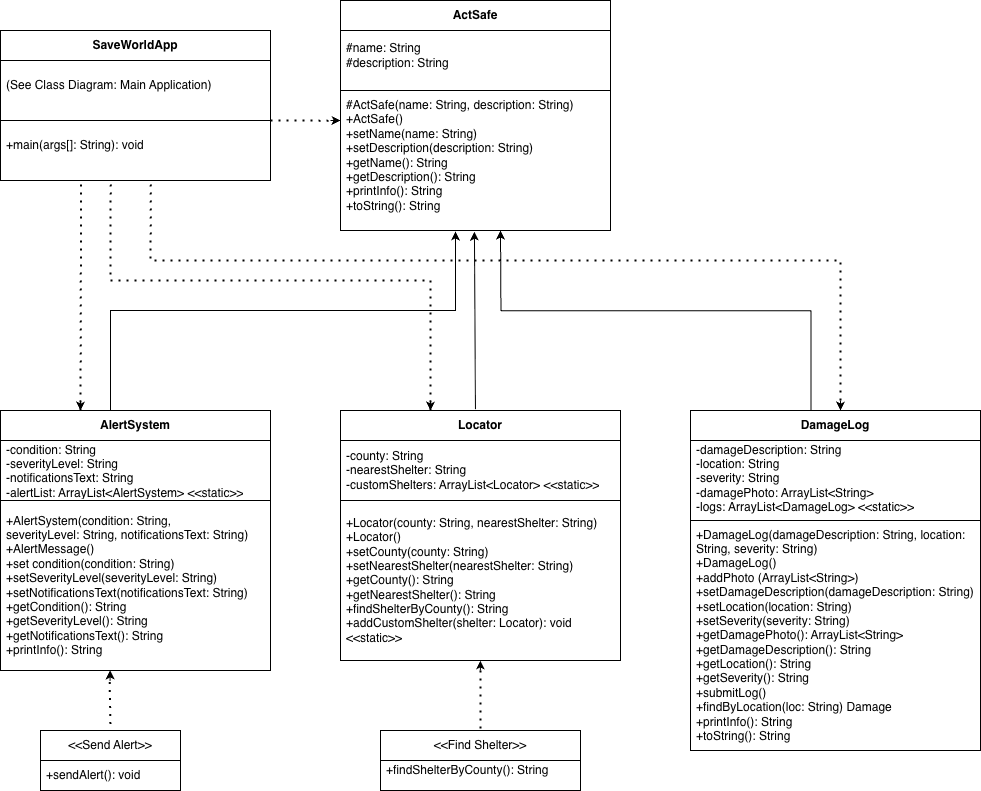
Earlier version of the draw.io export ActSafe.png (Namuun612/OOP2025). Source tidied: cells renumbered, new cells last; positions are measured from the earlier drawing's top-left corner, leaving out a move shared by most shapes.
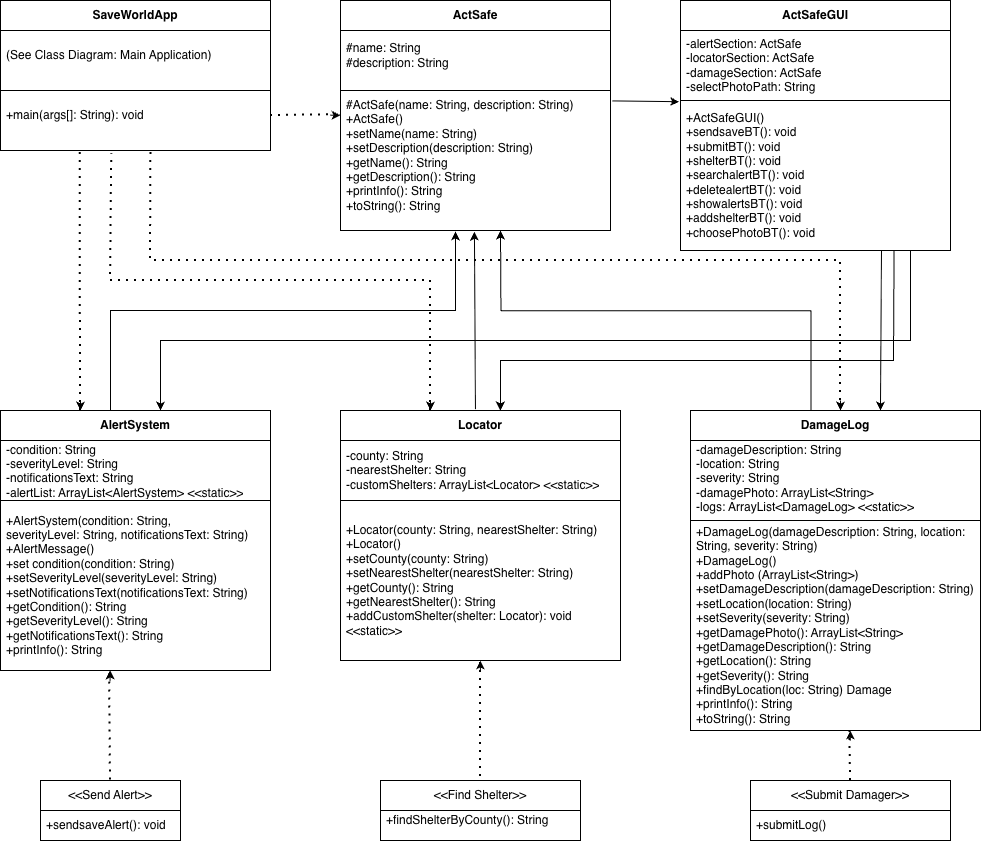
Later version of the same file.

What changed in the source:
```diff
@@ -32,20 +32,20 @@
     <mxCell id="11" value="&lt;div&gt;-county: String&lt;br&gt;&lt;div&gt;-nearestShelter: String&lt;/div&gt;&lt;/div&gt;&lt;div&gt;-customShelters: ArrayList&amp;lt;Locator&amp;gt; &amp;lt;&amp;lt;static&amp;gt;&amp;gt;&lt;/div&gt;" style="text;strokeColor=none;fillColor=none;align=left;verticalAlign=middle;spacingLeft=4;spacingRight=4;overflow=hidden;whiteSpace=wrap;html=1;" parent="10" vertex="1">
       <mxGeometry y="30" width="280" height="60" as="geometry" />
     </mxCell>
-    <mxCell id="12" value="&lt;div&gt;+Locator(&lt;span style=&quot;background-color: transparent; color: light-dark(rgb(0, 0, 0), rgb(255, 255, 255));&quot;&gt;county: String, nearestShelter: String&lt;/span&gt;&lt;span style=&quot;background-color: transparent; color: light-dark(rgb(0, 0, 0), rgb(255, 255, 255));&quot;&gt;)&lt;/span&gt;&lt;/div&gt;&lt;div&gt;+Locator()&lt;/div&gt;&lt;div&gt;+setCounty(county: String&lt;span style=&quot;background-color: transparent; color: light-dark(rgb(0, 0, 0), rgb(255, 255, 255));&quot;&gt;)&lt;/span&gt;&lt;/div&gt;&lt;div&gt;+setNearestShelter(nearestShelter:&amp;nbsp;&lt;span style=&quot;background-color: transparent; color: light-dark(rgb(0, 0, 0), rgb(255, 255, 255));&quot;&gt;String&lt;/span&gt;&lt;span style=&quot;background-color: transparent; color: light-dark(rgb(0, 0, 0), rgb(255, 255, 255));&quot;&gt;)&lt;/span&gt;&lt;/div&gt;&lt;div&gt;+getCounty(): String&lt;/div&gt;&lt;div&gt;+getNearestShelter(): String&lt;/div&gt;&lt;div&gt;+findShelterByCounty(): String&lt;/div&gt;&lt;div&gt;+addCustomShelter(shelter: Locator): void &amp;lt;&amp;lt;static&amp;gt;&amp;gt;&lt;/div&gt;" style="text;strokeColor=none;fillColor=none;align=left;verticalAlign=middle;spacingLeft=4;spacingRight=4;overflow=hidden;whiteSpace=wrap;html=1;" parent="10" vertex="1">
+    <mxCell id="12" value="&lt;div&gt;+Locator(&lt;span style=&quot;background-color: transparent; color: light-dark(rgb(0, 0, 0), rgb(255, 255, 255));&quot;&gt;county: String, nearestShelter: String&lt;/span&gt;&lt;span style=&quot;background-color: transparent; color: light-dark(rgb(0, 0, 0), rgb(255, 255, 255));&quot;&gt;)&lt;/span&gt;&lt;/div&gt;&lt;div&gt;+Locator()&lt;/div&gt;&lt;div&gt;+setCounty(county: String&lt;span style=&quot;background-color: transparent; color: light-dark(rgb(0, 0, 0), rgb(255, 255, 255));&quot;&gt;)&lt;/span&gt;&lt;/div&gt;&lt;div&gt;+setNearestShelter(nearestShelter:&amp;nbsp;&lt;span style=&quot;background-color: transparent; color: light-dark(rgb(0, 0, 0), rgb(255, 255, 255));&quot;&gt;String&lt;/span&gt;&lt;span style=&quot;background-color: transparent; color: light-dark(rgb(0, 0, 0), rgb(255, 255, 255));&quot;&gt;)&lt;/span&gt;&lt;/div&gt;&lt;div&gt;+getCounty(): String&lt;/div&gt;&lt;div&gt;+getNearestShelter(): String&lt;/div&gt;&lt;div&gt;&lt;span style=&quot;background-color: transparent; color: light-dark(rgb(0, 0, 0), rgb(255, 255, 255));&quot;&gt;+addCustomShelter(shelter: Locator): void &amp;lt;&amp;lt;static&amp;gt;&amp;gt;&lt;/span&gt;&lt;/div&gt;" style="text;strokeColor=none;fillColor=none;align=left;verticalAlign=middle;spacingLeft=4;spacingRight=4;overflow=hidden;whiteSpace=wrap;html=1;" parent="10" vertex="1">
       <mxGeometry y="90" width="280" height="160" as="geometry" />
     </mxCell>
     <mxCell id="13" value="&lt;b&gt;Locator&lt;/b&gt;" style="swimlane;fontStyle=0;horizontal=1;startSize=30;whiteSpace=wrap;html=1;" parent="1" vertex="1">
       <mxGeometry x="340" y="410" width="280" height="90" as="geometry" />
     </mxCell>
     <mxCell id="14" value="List" style="swimlane;fontStyle=0;horizontal=1;startSize=30;whiteSpace=wrap;html=1;" parent="1" vertex="1">
-      <mxGeometry x="690" y="410" width="290" height="340" as="geometry" />
+      <mxGeometry x="690" y="410" width="290" height="320" as="geometry" />
     </mxCell>
     <mxCell id="15" value="&lt;div&gt;-damageDescription: String&lt;/div&gt;&lt;div&gt;-location: String&lt;/div&gt;&lt;div&gt;-severity: String&lt;/div&gt;&lt;div&gt;-damagePhoto: ArrayList&amp;lt;String&amp;gt;&lt;/div&gt;&lt;div&gt;-logs: ArrayList&amp;lt;DamageLog&amp;gt; &amp;lt;&amp;lt;static&amp;gt;&amp;gt;&lt;/div&gt;&lt;div&gt;&lt;br&gt;&lt;/div&gt;" style="text;strokeColor=none;fillColor=none;align=left;verticalAlign=middle;spacingLeft=4;spacingRight=4;overflow=hidden;whiteSpace=wrap;html=1;" parent="14" vertex="1">
       <mxGeometry y="30" width="290" height="80" as="geometry" />
     </mxCell>
-    <mxCell id="16" value="&lt;div&gt;+DamageLog(damageDescription: String, location: String,&amp;nbsp;&lt;span style=&quot;background-color: transparent; color: light-dark(rgb(0, 0, 0), rgb(255, 255, 255));&quot;&gt;severity: String)&lt;/span&gt;&lt;/div&gt;&lt;div&gt;+DamageLog()&lt;/div&gt;+addPhoto (ArrayList&amp;lt;String&amp;gt;)&lt;div&gt;+setDamageDescription(damageDescription:&amp;nbsp;&lt;span style=&quot;background-color: transparent; color: light-dark(rgb(0, 0, 0), rgb(255, 255, 255));&quot;&gt;String&lt;/span&gt;&lt;span style=&quot;background-color: transparent; color: light-dark(rgb(0, 0, 0), rgb(255, 255, 255));&quot;&gt;)&lt;/span&gt;&lt;/div&gt;&lt;div&gt;+setLocation(location:&amp;nbsp;&lt;span style=&quot;background-color: transparent; color: light-dark(rgb(0, 0, 0), rgb(255, 255, 255));&quot;&gt;String&lt;/span&gt;&lt;span style=&quot;background-color: transparent; color: light-dark(rgb(0, 0, 0), rgb(255, 255, 255));&quot;&gt;)&lt;/span&gt;&lt;/div&gt;&lt;div&gt;&lt;span style=&quot;background-color: transparent; color: light-dark(rgb(0, 0, 0), rgb(255, 255, 255));&quot;&gt;+setSeverity(severity: String)&lt;/span&gt;&lt;/div&gt;&lt;div&gt;+getDamagePhoto(): ArrayList&amp;lt;String&amp;gt;&lt;/div&gt;&lt;div&gt;+getDamageDescription(): String&lt;/div&gt;&lt;div&gt;+getLocation(): String&lt;/div&gt;&lt;div&gt;+getSeverity(): String&lt;/div&gt;&lt;div&gt;+submitLog()&lt;/div&gt;&lt;div&gt;+findByLocation(loc: String) Damage&lt;/div&gt;&lt;div&gt;+printInfo(): String&lt;/div&gt;&lt;div&gt;+toString(): String&lt;/div&gt;" style="text;strokeColor=none;fillColor=none;align=left;verticalAlign=middle;spacingLeft=4;spacingRight=4;overflow=hidden;whiteSpace=wrap;html=1;" parent="14" vertex="1">
-      <mxGeometry y="110" width="290" height="230" as="geometry" />
+    <mxCell id="16" value="&lt;div&gt;+DamageLog(damageDescription: String, location: String,&amp;nbsp;&lt;span style=&quot;background-color: transparent; color: light-dark(rgb(0, 0, 0), rgb(255, 255, 255));&quot;&gt;severity: String)&lt;/span&gt;&lt;/div&gt;&lt;div&gt;+DamageLog()&lt;/div&gt;+addPhoto (ArrayList&amp;lt;String&amp;gt;)&lt;div&gt;+setDamageDescription(damageDescription:&amp;nbsp;&lt;span style=&quot;background-color: transparent; color: light-dark(rgb(0, 0, 0), rgb(255, 255, 255));&quot;&gt;String&lt;/span&gt;&lt;span style=&quot;background-color: transparent; color: light-dark(rgb(0, 0, 0), rgb(255, 255, 255));&quot;&gt;)&lt;/span&gt;&lt;/div&gt;&lt;div&gt;+setLocation(location:&amp;nbsp;&lt;span style=&quot;background-color: transparent; color: light-dark(rgb(0, 0, 0), rgb(255, 255, 255));&quot;&gt;String&lt;/span&gt;&lt;span style=&quot;background-color: transparent; color: light-dark(rgb(0, 0, 0), rgb(255, 255, 255));&quot;&gt;)&lt;/span&gt;&lt;/div&gt;&lt;div&gt;&lt;span style=&quot;background-color: transparent; color: light-dark(rgb(0, 0, 0), rgb(255, 255, 255));&quot;&gt;+setSeverity(severity: String)&lt;/span&gt;&lt;/div&gt;&lt;div&gt;+getDamagePhoto(): ArrayList&amp;lt;String&amp;gt;&lt;/div&gt;&lt;div&gt;+getDamageDescription(): String&lt;/div&gt;&lt;div&gt;+getLocation(): String&lt;/div&gt;&lt;div&gt;+getSeverity(): String&lt;/div&gt;&lt;div&gt;+findByLocation(loc: String) Damage&lt;/div&gt;&lt;div&gt;+printInfo(): String&lt;/div&gt;&lt;div&gt;+toString(): String&lt;/div&gt;" style="text;strokeColor=none;fillColor=none;align=left;verticalAlign=middle;spacingLeft=4;spacingRight=4;overflow=hidden;whiteSpace=wrap;html=1;" parent="14" vertex="1">
+      <mxGeometry y="110" width="290" height="210" as="geometry" />
     </mxCell>
     <mxCell id="17" value="&lt;b&gt;DamageLog&lt;/b&gt;" style="swimlane;fontStyle=0;horizontal=1;startSize=30;whiteSpace=wrap;html=1;" parent="1" vertex="1">
       <mxGeometry x="690" y="410" width="290" height="110" as="geometry" />
@@ -74,16 +74,16 @@
       </mxGeometry>
     </mxCell>
     <mxCell id="21" value="&amp;lt;&amp;lt;Send Alert&amp;gt;&amp;gt;" style="swimlane;fontStyle=0;horizontal=1;startSize=30;whiteSpace=wrap;html=1;" parent="1" vertex="1">
-      <mxGeometry x="40" y="730" width="140" height="60" as="geometry" />
+      <mxGeometry x="40" y="780" width="140" height="60" as="geometry" />
     </mxCell>
-    <mxCell id="22" value="+sendAlert(): void" style="text;strokeColor=none;fillColor=none;align=left;verticalAlign=middle;spacingLeft=4;spacingRight=4;overflow=hidden;whiteSpace=wrap;html=1;" parent="21" vertex="1">
+    <mxCell id="22" value="+sendsaveAlert(): void" style="text;strokeColor=none;fillColor=none;align=left;verticalAlign=middle;spacingLeft=4;spacingRight=4;overflow=hidden;whiteSpace=wrap;html=1;" parent="21" vertex="1">
       <mxGeometry y="30" width="140" height="30" as="geometry" />
     </mxCell>
     <mxCell id="23" style="endArrow=none;dashed=1;html=1;dashPattern=1 3;strokeWidth=2;rounded=0;entryX=0.5;entryY=0;entryDx=0;entryDy=0;exitX=0.404;exitY=1.021;exitDx=0;exitDy=0;exitPerimeter=0;" parent="1" edge="1" source="8" target="21">
       <mxGeometry relative="1" as="geometry" />
     </mxCell>
     <mxCell id="24" value="List" style="swimlane;fontStyle=0;horizontal=1;startSize=30;whiteSpace=wrap;html=1;" parent="1" vertex="1">
-      <mxGeometry y="30" width="270" height="150" as="geometry" />
+      <mxGeometry width="270" height="150" as="geometry" />
     </mxCell>
     <mxCell id="25" value="(See Class Diagram: Main Application)" style="text;strokeColor=none;fillColor=none;align=left;verticalAlign=middle;spacingLeft=4;spacingRight=4;overflow=hidden;whiteSpace=wrap;html=1;" parent="24" vertex="1">
       <mxGeometry y="30" width="270" height="50" as="geometry" />
@@ -92,15 +92,14 @@
       <mxGeometry y="80" width="270" height="70" as="geometry" />
     </mxCell>
     <mxCell id="27" value="&lt;b&gt;SaveWorldApp&lt;/b&gt;" style="swimlane;fontStyle=0;horizontal=1;startSize=30;whiteSpace=wrap;html=1;" parent="1" vertex="1">
-      <mxGeometry y="30" width="270" height="90" as="geometry" />
+      <mxGeometry width="270" height="90" as="geometry" />
     </mxCell>
-    <mxCell id="28" style="endArrow=none;dashed=1;html=1;dashPattern=1 3;strokeWidth=2;rounded=0;entryX=-0.003;entryY=0.268;entryDx=0;entryDy=0;exitX=1;exitY=1;exitDx=0;exitDy=0;entryPerimeter=0;" parent="1" edge="1" source="27" target="4">
+    <mxCell id="28" style="endArrow=none;dashed=1;html=1;dashPattern=1 3;strokeWidth=2;rounded=0;entryX=-0.01;entryY=0.228;entryDx=0;entryDy=0;exitX=1;exitY=0.5;exitDx=0;exitDy=0;entryPerimeter=0;" parent="1" edge="1" source="26" target="4">
       <mxGeometry relative="1" as="geometry" />
     </mxCell>
-    <mxCell id="29" style="endArrow=none;dashed=1;html=1;dashPattern=1 3;strokeWidth=2;rounded=0;exitX=0.22;exitY=0.001;exitDx=0;exitDy=0;exitPerimeter=0;" parent="1" edge="1">
+    <mxCell id="29" style="endArrow=none;dashed=1;html=1;dashPattern=1 3;strokeWidth=2;rounded=0;exitX=0.22;exitY=0.001;exitDx=0;exitDy=0;exitPerimeter=0;entryX=0.295;entryY=0.989;entryDx=0;entryDy=0;entryPerimeter=0;" parent="1" edge="1" target="26">
       <mxGeometry relative="1" as="geometry">
         <mxPoint x="80" y="410.1" as="sourcePoint" />
-        <mxPoint x="80.6" y="180" as="targetPoint" />
       </mxGeometry>
     </mxCell>
     <mxCell id="30" style="endArrow=none;dashed=1;html=1;dashPattern=1 3;strokeWidth=2;rounded=0;entryX=0.557;entryY=0.994;entryDx=0;entryDy=0;entryPerimeter=0;" parent="1" edge="1" target="26">
@@ -126,8 +125,8 @@
     </mxCell>
     <mxCell id="33" style="endArrow=classic;html=1;rounded=0;" parent="1" edge="1">
       <mxGeometry relative="1" as="geometry">
-        <mxPoint x="330" y="120" as="sourcePoint" />
-        <mxPoint x="340" y="120" as="targetPoint" />
+        <mxPoint x="330" y="114.7" as="sourcePoint" />
+        <mxPoint x="340" y="114.7" as="targetPoint" />
       </mxGeometry>
     </mxCell>
     <mxCell id="34" style="endArrow=classic;html=1;rounded=0;" parent="1" edge="1">
@@ -142,10 +141,9 @@
         <mxPoint x="80" y="410" as="targetPoint" />
       </mxGeometry>
     </mxCell>
-    <mxCell id="36" style="endArrow=none;dashed=1;html=1;dashPattern=1 3;strokeWidth=2;rounded=0;entryX=0.445;entryY=1.009;entryDx=0;entryDy=0;entryPerimeter=0;" parent="1" edge="1">
+    <mxCell id="36" style="endArrow=none;dashed=1;html=1;dashPattern=1 3;strokeWidth=2;rounded=0;entryX=0.412;entryY=1.045;entryDx=0;entryDy=0;entryPerimeter=0;" parent="1" edge="1" target="26">
       <mxGeometry relative="1" as="geometry">
         <mxPoint x="430" y="410" as="sourcePoint" />
-        <mxPoint x="110.2" y="180.6" as="targetPoint" />
         <Array as="points">
           <mxPoint x="430" y="280" />
           <mxPoint x="110" y="280" />
@@ -153,7 +151,7 @@
       </mxGeometry>
     </mxCell>
     <mxCell id="37" value="&amp;lt;&amp;lt;Find Shelter&amp;gt;&amp;gt;" style="swimlane;fontStyle=0;horizontal=1;startSize=30;whiteSpace=wrap;html=1;" parent="1" vertex="1">
-      <mxGeometry x="380" y="730" width="200" height="60" as="geometry" />
+      <mxGeometry x="380" y="780" width="200" height="60" as="geometry" />
     </mxCell>
     <mxCell id="38" value="+findShelterByCounty(): String&lt;div&gt;&lt;br&gt;&lt;/div&gt;" style="text;strokeColor=none;fillColor=none;align=left;verticalAlign=middle;spacingLeft=4;spacingRight=4;overflow=hidden;whiteSpace=wrap;html=1;" parent="37" vertex="1">
       <mxGeometry y="30" width="200" height="30" as="geometry" />
@@ -169,5 +167,60 @@
         <mxPoint x="479.9" y="660" as="targetPoint" />
       </mxGeometry>
     </mxCell>
+    <mxCell id="41" value="List" style="swimlane;fontStyle=0;horizontal=1;startSize=30;whiteSpace=wrap;html=1;" parent="1" vertex="1">
+      <mxGeometry x="680" width="270" height="250" as="geometry" />
+    </mxCell>
+    <mxCell id="42" value="-alertSection: ActSafe&lt;div&gt;-locatorSection: ActSafe&lt;/div&gt;&lt;div&gt;-damageSection: ActSafe&lt;/div&gt;&lt;div&gt;-selectPhotoPath: String&lt;/div&gt;" style="text;strokeColor=none;fillColor=none;align=left;verticalAlign=middle;spacingLeft=4;spacingRight=4;overflow=hidden;whiteSpace=wrap;html=1;" parent="41" vertex="1">
+      <mxGeometry y="30" width="270" height="70" as="geometry" />
+    </mxCell>
+    <mxCell id="43" value="&lt;div&gt;+ActSafeGUI()&lt;/div&gt;&lt;div&gt;+sendsaveBT(): void&lt;/div&gt;&lt;div&gt;+submitBT(): void&lt;/div&gt;&lt;div&gt;+shelterBT(): void&lt;/div&gt;&lt;div&gt;+searchalertBT(): void&lt;/div&gt;&lt;div&gt;+deletealertBT(): void&lt;/div&gt;&lt;div&gt;+showalertsBT(): void&lt;/div&gt;&lt;div&gt;+addshelterBT(): void&lt;/div&gt;&lt;div&gt;+choosePhotoBT(): void&lt;/div&gt;" style="text;strokeColor=none;fillColor=none;align=left;verticalAlign=middle;spacingLeft=4;spacingRight=4;overflow=hidden;points=[[0,0.5],[1,0.5]];portConstraint=eastwest;whiteSpace=wrap;html=1;" parent="41" vertex="1">
+      <mxGeometry y="100" width="270" height="150" as="geometry" />
+    </mxCell>
+    <mxCell id="44" value="&lt;b&gt;ActSafeGUI&lt;/b&gt;" style="swimlane;fontStyle=0;horizontal=1;startSize=30;whiteSpace=wrap;html=1;" parent="1" vertex="1">
+      <mxGeometry x="680" width="270" height="100" as="geometry" />
+    </mxCell>
+    <mxCell id="45" style="endArrow=classic;html=1;rounded=0;exitX=1.008;exitY=0.136;exitDx=0;exitDy=0;exitPerimeter=0;entryX=-0.005;entryY=0.008;entryDx=0;entryDy=0;entryPerimeter=0;" parent="1" edge="1" source="4" target="43">
+      <mxGeometry relative="1" as="geometry" />
+    </mxCell>
+    <mxCell id="46" style="endArrow=classic;html=1;rounded=0;entryX=0.655;entryY=0;entryDx=0;entryDy=0;entryPerimeter=0;" parent="1" edge="1" target="17">
+      <mxGeometry relative="1" as="geometry">
+        <mxPoint x="881" y="250" as="sourcePoint" />
+      </mxGeometry>
+    </mxCell>
+    <mxCell id="47" style="endArrow=classic;html=1;rounded=0;exitX=0.791;exitY=1.003;exitDx=0;exitDy=0;exitPerimeter=0;entryX=0.571;entryY=0;entryDx=0;entryDy=0;entryPerimeter=0;" parent="1" edge="1" source="43" target="13">
+      <mxGeometry relative="1" as="geometry">
+        <Array as="points">
+          <mxPoint x="893" y="360" />
+          <mxPoint x="500" y="360" />
+        </Array>
+      </mxGeometry>
+    </mxCell>
+    <mxCell id="48" style="endArrow=classic;html=1;rounded=0;" parent="1" edge="1">
+      <mxGeometry relative="1" as="geometry">
+        <mxPoint x="910" y="250" as="sourcePoint" />
+        <mxPoint x="160" y="410" as="targetPoint" />
+        <Array as="points">
+          <mxPoint x="910" y="340" />
+          <mxPoint x="160" y="340" />
+        </Array>
+      </mxGeometry>
+    </mxCell>
+    <mxCell id="49" value="&amp;lt;&amp;lt;Submit Damager&amp;gt;&amp;gt;" style="swimlane;fontStyle=0;horizontal=1;startSize=30;whiteSpace=wrap;html=1;" parent="1" vertex="1">
+      <mxGeometry x="750" y="780" width="200" height="60" as="geometry" />
+    </mxCell>
+    <mxCell id="50" value="&lt;div&gt;+submitLog()&lt;/div&gt;" style="text;strokeColor=none;fillColor=none;align=left;verticalAlign=middle;spacingLeft=4;spacingRight=4;overflow=hidden;whiteSpace=wrap;html=1;" parent="49" vertex="1">
+      <mxGeometry y="30" width="200" height="30" as="geometry" />
+    </mxCell>
+    <mxCell id="51" style="endArrow=none;dashed=1;html=1;dashPattern=1 3;strokeWidth=2;rounded=0;exitX=0.409;exitY=1.015;exitDx=0;exitDy=0;exitPerimeter=0;entryX=0.5;entryY=0;entryDx=0;entryDy=0;" parent="1" edge="1" target="49">
+      <mxGeometry relative="1" as="geometry">
+        <mxPoint x="849.4" y="730" as="sourcePoint" />
+      </mxGeometry>
+    </mxCell>
+    <mxCell id="52" style="endArrow=classic;html=1;rounded=0;" parent="1" edge="1">
+      <mxGeometry relative="1" as="geometry">
+        <mxPoint x="849.8" y="740" as="sourcePoint" />
+        <mxPoint x="849.8" y="730" as="targetPoint" />
+      </mxGeometry>
+    </mxCell>
   </root>
 </mxGraphModel>
```
